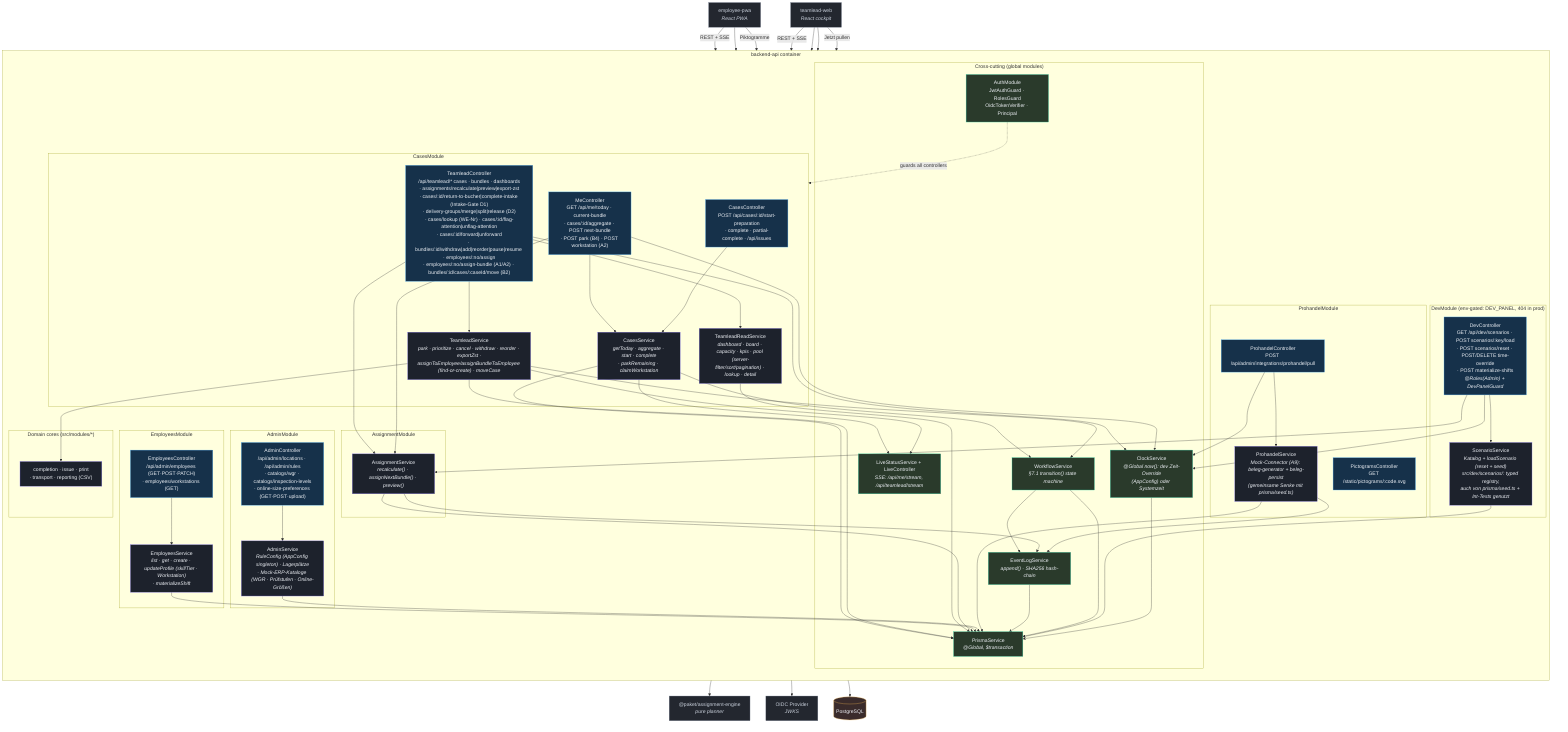
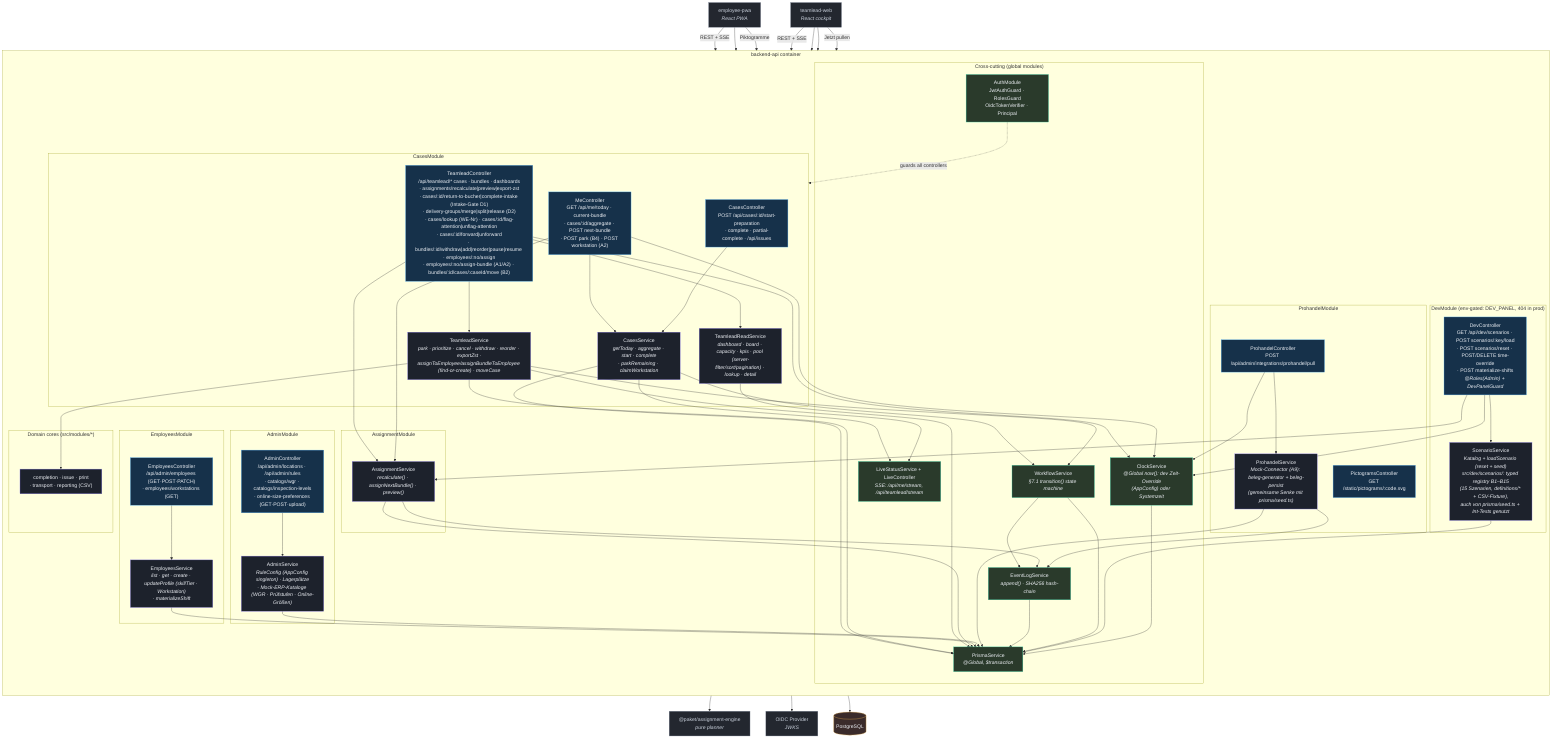
%% C4 Level 3 — Components: backend-api (NestJS on Fastify)
%% Verified against apps/backend-api/src/* (app.module.ts, cases/, assignment/, employees/,
%% admin/, prohandel/, workflow/, events/, live/, auth/, prisma/, clock/, dev/, health/, openapi/).
flowchart TB
    classDef ctrl fill:#16314a,stroke:#56b6ff,color:#eef1f6;
    classDef svc fill:#1d222c,stroke:#8b7cf6,color:#eef1f6;
    classDef cross fill:#2a3a2b,stroke:#2dd4a7,color:#eef1f6;
    classDef ext fill:#23272f,stroke:#7c8696,color:#cbd2dd;
    classDef store fill:#3a2b2b,stroke:#f5b955,color:#eef1f6;

    pwa["employee-pwa<br/><i>React PWA</i>"]:::ext
    web["teamlead-web<br/><i>React cockpit</i>"]:::ext
    oidc["OIDC Provider<br/><i>JWKS</i>"]:::ext
    db[("PostgreSQL")]:::store
    enginePkg["@paket/assignment-engine<br/><i>pure planner</i>"]:::ext

    subgraph api["backend-api container"]
        direction TB

        subgraph crosscut["Cross-cutting (global modules)"]
            auth["AuthModule<br/>JwtAuthGuard · RolesGuard<br/>OidcTokenVerifier · Principal"]:::cross
            prisma["PrismaService<br/><i>@Global, $transaction</i>"]:::cross
            events["EventLogService<br/><i>append() · SHA256 hash-chain</i>"]:::cross
            workflow["WorkflowService<br/><i>§7.1 transition() state machine</i>"]:::cross
            live["LiveStatusService + LiveController<br/><i>SSE: /api/me/stream, /api/teamlead/stream</i>"]:::cross
            clock["ClockService<br/><i>@Global now(): dev Zeit-Override<br/>(AppConfig) oder Systemzeit</i>"]:::cross
        end

        subgraph cases["CasesModule"]
            meCtrl["MeController<br/>GET /api/me/today · current-bundle<br/>· cases/:id/aggregate · POST next-bundle<br/>· POST park (B4) · POST workstation (A2)"]:::ctrl
            casesCtrl["CasesController<br/>POST /api/cases/:id/start-preparation<br/>· complete · partial-complete · /api/issues"]:::ctrl
            tlCtrl["TeamleadController<br/>/api/teamlead/* cases · bundles · dashboards<br/>· assignments/recalculate|preview|export-zst<br/>· cases/:id/return-to-bucher|complete-intake (Intake-Gate D1)<br/>· delivery-groups/merge|split|release (D2)<br/>· cases/lookup (WE-Nr) · cases/:id/flag-attention|unflag-attention<br/>· cases/:id/forward|unforward<br/>· bundles/:id/withdraw|add|reorder|pause|resume · employees/:no/assign<br/>· employees/:no/assign-bundle (A1/A2) · bundles/:id/cases/:caseId/move (B2)"]:::ctrl
            casesSvc["CasesService<br/><i>getToday · aggregate · start · complete<br/>· parkRemaining · claimWorkstation</i>"]:::svc
            tlSvc["TeamleadService<br/><i>park · prioritize · cancel · withdraw · reorder · exportZst ·<br/>assignToEmployee/assignBundleToEmployee (find-or-create) · moveCase</i>"]:::svc
            tlRead["TeamleadReadService<br/><i>dashboard · board · capacity · kpis · pool (server-filter/sort/pagination) · lookup · detail</i>"]:::svc
        end

        subgraph assignment["AssignmentModule"]
            asgSvc["AssignmentService<br/><i>recalculate() · assignNextBundle() · preview()</i>"]:::svc
        end

        subgraph empl["EmployeesModule"]
            emplCtrl["EmployeesController<br/>/api/admin/employees (GET·POST·PATCH)<br/>· employees/workstations (GET)"]:::ctrl
            emplSvc["EmployeesService<br/><i>list · get · create · updateProfile (skillTier · Workstation)<br/>· materializeShift</i>"]:::svc
        end

        subgraph adminMod["AdminModule"]
            adminCtrl["AdminController<br/>/api/admin/locations · /api/admin/rules<br/>· catalogs/wgr · catalogs/inspection-levels<br/>· online-size-preferences (GET·POST·upload)"]:::ctrl
            adminSvc["AdminService<br/><i>RuleConfig (AppConfig singleton) · Lagerplätze<br/>· Mock-ERP-Kataloge (WGR · Prüfstufen · Online-Größen)</i>"]:::svc
        end

        subgraph prohandel["ProhandelModule"]
            phCtrl["ProhandelController<br/>POST /api/admin/integrations/prohandel/pull"]:::ctrl
            pictoCtrl["PictogramsController<br/>GET /static/pictograms/:code.svg"]:::ctrl
            phSvc["ProhandelService<br/><i>Mock-Connector (A9): beleg-generator + beleg-persist<br/>(gemeinsame Senke mit prisma/seed.ts)</i>"]:::svc
        end

        subgraph devMod["DevModule (env-gated: DEV_PANEL, 404 in prod)"]
            devCtrl["DevController<br/>GET /api/dev/scenarios · POST scenarios/:key/load<br/>· POST scenarios/reset · POST/DELETE time-override<br/>· POST materialize-shifts<br/><i>@Roles(Admin) + DevPanelGuard</i>"]:::ctrl
-             scenSvc["ScenarioService<br/><i>Katalog + loadScenario (reset + seed)<br/>src/dev/scenarios/: typed registry,<br/>auch von prisma/seed.ts + Int-Tests genutzt</i>"]:::svc
+             scenSvc["ScenarioService<br/><i>Katalog + loadScenario (reset + seed)<br/>src/dev/scenarios/: typed registry B1–B15<br/>(15 Szenarien, definitions/* + CSV-Fixture),<br/>auch von prisma/seed.ts + Int-Tests genutzt</i>"]:::svc
        end

        subgraph dom["Domain cores (src/modules/*)"]
            mods["completion · issue · print<br/>· transport · reporting (CSV)"]:::svc
        end
    end

    pwa -->|"REST + SSE"| meCtrl
    pwa --> casesCtrl
    pwa -->|"Piktogramme"| pictoCtrl
    web -->|"REST + SSE"| tlCtrl
    web --> emplCtrl
    web --> adminCtrl
    web -->|"Jetzt pullen"| phCtrl

    meCtrl --> casesSvc
    casesCtrl --> casesSvc
    tlCtrl --> tlSvc
    tlCtrl --> tlRead
    tlCtrl --> asgSvc
    meCtrl --> asgSvc
    emplCtrl --> emplSvc
    adminCtrl --> adminSvc
    phCtrl --> phSvc
    devCtrl --> scenSvc
    devCtrl --> asgSvc
    tlCtrl --> clock
    meCtrl --> clock
    phCtrl --> clock
    devCtrl --> clock

    casesSvc --> workflow
    tlSvc --> workflow
    workflow --> events
    casesSvc --> live
    tlSvc --> live
    asgSvc --> enginePkg
    asgSvc --> events
    phSvc --> events
    tlSvc --> mods

    auth -. "guards all controllers" .-> cases
    auth --> oidc
    casesSvc --> prisma
    tlSvc --> prisma
    tlRead --> prisma
    asgSvc --> prisma
    emplSvc --> prisma
    adminSvc --> prisma
    phSvc --> prisma
    events --> prisma
    workflow --> prisma
    scenSvc --> prisma
    clock --> prisma
    prisma --> db
